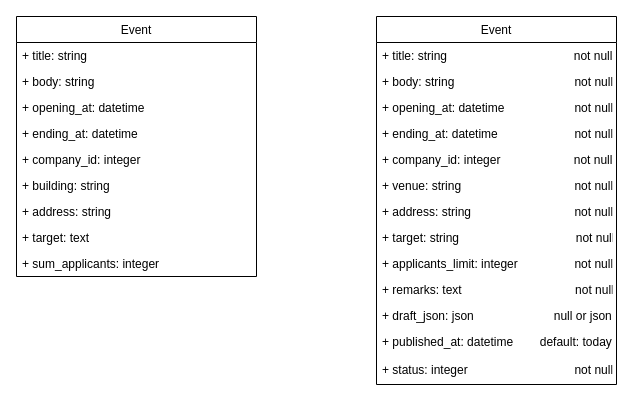
The draw.io diagram event.drawio in ucchy84/draw.io, before the edit. Source tidied: cells renumbered, new cells numbered last; positions are measured from the earlier drawing's top-left corner, leaving out a move shared by most shapes. Both pictures are drawn from the tidied source at 100%, with x=0, y=0 at pixel (16, 16).
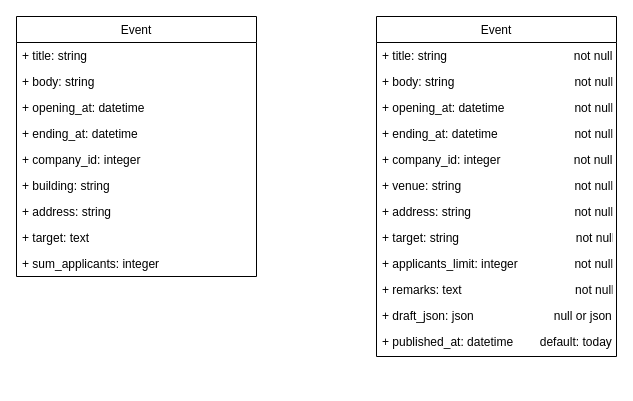
The same page after the edit.

The edit, as a diff of the source:
```diff
@@
     <mxCell id="12" value="Event" style="swimlane;fontStyle=0;horizontal=1;startSize=26;fillColor=none;" parent="1" vertex="1">
-      <mxGeometry x="360" width="240" height="368" as="geometry" />
+      <mxGeometry x="360" width="240" height="340" as="geometry" />
     </mxCell>
@@
-    <mxCell id="25" value="+ status: integer                                not null" style="text;strokeColor=none;fillColor=none;align=left;verticalAlign=top;spacingLeft=4;spacingRight=4;overflow=hidden;" parent="12" vertex="1">
-      <mxGeometry y="340" width="240" height="28" as="geometry" />
-    </mxCell>
```
